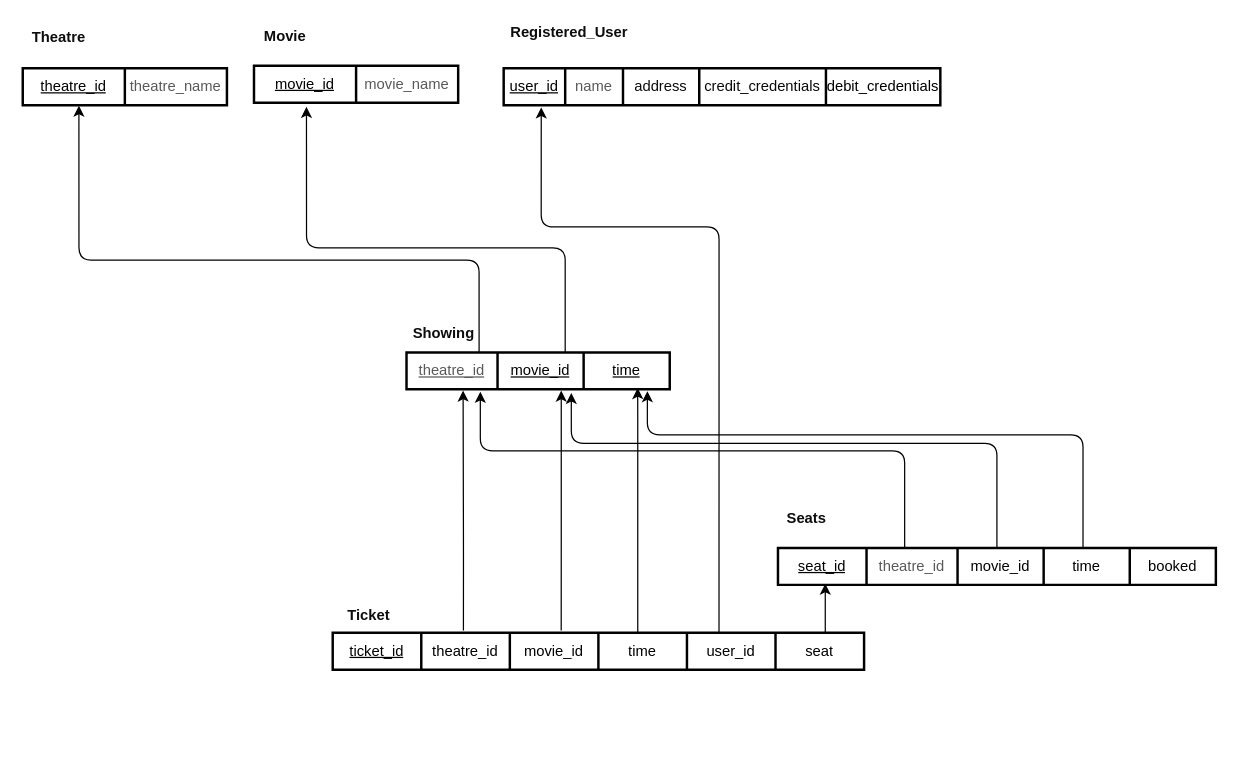
folkg/movie-ticket-reservation-app keeps this draw.io diagram as DesignDocuments/Diagrams/DatabaseDiagrams/Relational_Diagram_Theatre_Database.drawio. Above is the earlier version. Source tidied: cells renumbered, new cells numbered last; positions are measured from the earlier drawing's top-left corner, leaving out a move shared by most shapes. Both pictures are drawn from the tidied source at 123%, with x=0, y=0 at pixel (21, 21).
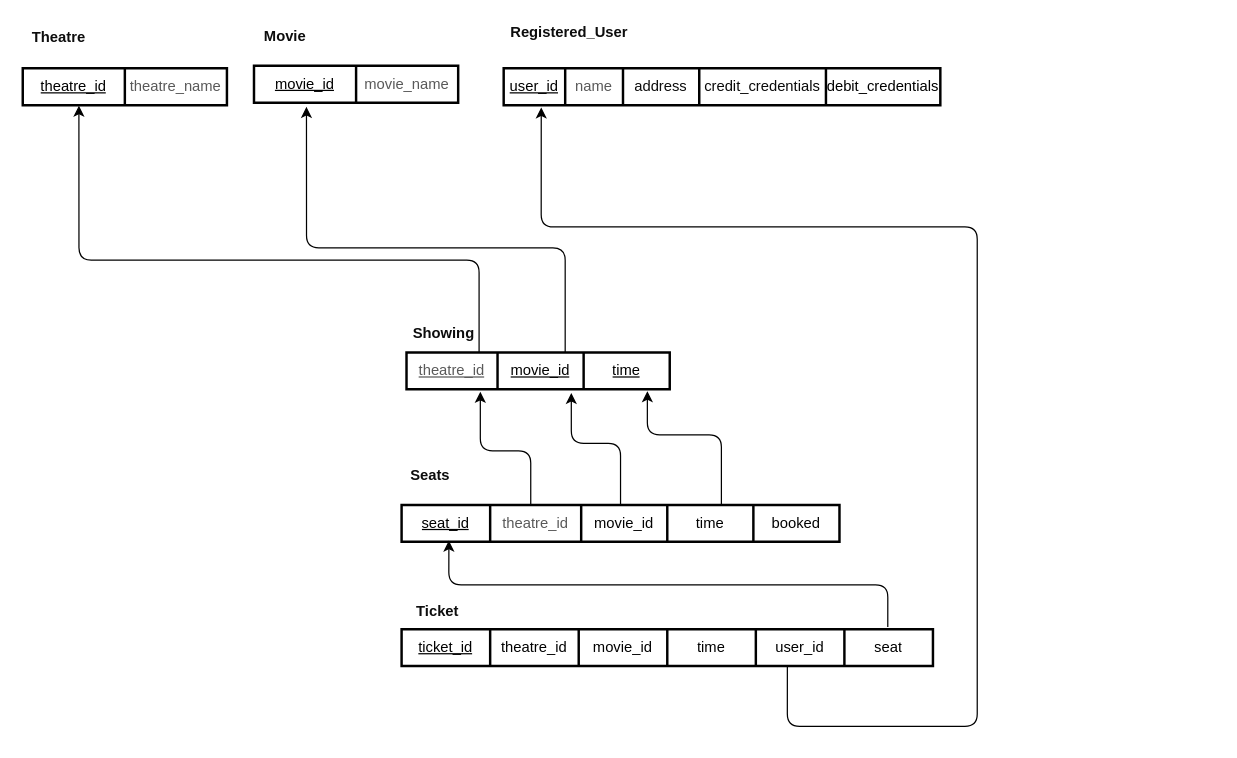
The same page after the edit.

Commit message (it also covers changes not shown here):
Removing redundant connections in DB diagrams

The change refers to these unchanged cells:
```xml
<mxCell id="4" style="shape=tableRow;horizontal=0;startSize=0;swimlaneHead=0;swimlaneBody=0;top=0;left=0;bottom=0;right=0;fillColor=none;points=[[0,0.5],[1,0.5]];portConstraint=eastwest;strokeColor=#000000;strokeWidth=2;" parent="3" vertex="1">
  <mxGeometry width="214" height="30" as="geometry" />
</mxCell>
<mxCell id="10" style="shape=table;html=1;whiteSpace=wrap;startSize=0;childLayout=tableLayout;strokeColor=#000000;strokeWidth=2;fillColor=none;" parent="9" vertex="1">
  <mxGeometry y="34" width="432" height="30" as="geometry" />
</mxCell>
<mxCell id="11" style="shape=tableRow;horizontal=0;startSize=0;swimlaneHead=0;swimlaneBody=0;top=0;left=0;bottom=0;right=0;fillColor=none;points=[[0,0.5],[1,0.5]];portConstraint=eastwest;strokeColor=#000000;strokeWidth=2;" parent="10" vertex="1">
  <mxGeometry width="432" height="30" as="geometry" />
</mxCell>
<mxCell id="38" style="shape=tableRow;horizontal=0;startSize=0;swimlaneHead=0;swimlaneBody=0;top=0;left=0;bottom=0;right=0;fillColor=none;points=[[0,0.5],[1,0.5]];portConstraint=eastwest;strokeColor=#000000;strokeWidth=2;" parent="37" vertex="1">
  <mxGeometry width="355" height="30" as="geometry" />
</mxCell>
<mxCell id="48" style="shape=table;html=1;whiteSpace=wrap;startSize=0;childLayout=tableLayout;strokeColor=#000000;strokeWidth=2;fillColor=none;fontStyle=0;" parent="45" vertex="1">
  <mxGeometry y="33" width="356" height="30" as="geometry" />
</mxCell>
<mxCell id="49" style="shape=tableRow;horizontal=0;startSize=0;swimlaneHead=0;swimlaneBody=0;top=0;left=0;bottom=0;right=0;fillColor=none;points=[[0,0.5],[1,0.5]];portConstraint=eastwest;strokeColor=#000000;strokeWidth=2;fontStyle=0;" parent="48" vertex="1">
  <mxGeometry width="356" height="30" as="geometry" />
</mxCell>
```

Change to the diagram source:
```diff
@@
     <mxCell id="9" style="group;" parent="1" vertex="1">
-      <mxGeometry x="253" y="463" width="72" height="64" as="geometry" />
+      <mxGeometry x="309" y="460" width="72" height="64" as="geometry" />
     </mxCell>
@@
-    <mxCell id="33" style="edgeStyle=orthogonalEdgeStyle;html=1;fontColor=#000000;strokeColor=#000000;exitX=0.246;exitY=-0.063;exitDx=0;exitDy=0;exitPerimeter=0;" parent="1" edge="1" source="11">
-      <mxGeometry relative="1" as="geometry">
-        <mxPoint x="359" y="300" as="targetPoint" />
-        <Array as="points">
-          <mxPoint x="359" y="427" />
-          <mxPoint x="359" y="427" />
-        </Array>
-      </mxGeometry>
-    </mxCell>
-    <mxCell id="34" style="edgeStyle=orthogonalEdgeStyle;html=1;entryX=0.653;entryY=1.032;entryDx=0;entryDy=0;entryPerimeter=0;fontColor=#000000;strokeColor=#000000;exitX=0.43;exitY=-0.063;exitDx=0;exitDy=0;exitPerimeter=0;" parent="1" edge="1" source="11">
-      <mxGeometry relative="1" as="geometry">
-        <mxPoint x="438.8" y="300" as="targetPoint" />
-        <Array as="points">
-          <mxPoint x="439" y="433" />
-          <mxPoint x="439" y="433" />
-        </Array>
-      </mxGeometry>
-    </mxCell>
-    <mxCell id="35" style="edgeStyle=orthogonalEdgeStyle;html=1;entryX=0.878;entryY=0.965;entryDx=0;entryDy=0;entryPerimeter=0;fontColor=#000000;strokeColor=#000000;" parent="1" edge="1" source="10" target="4">
-      <mxGeometry relative="1" as="geometry">
-        <Array as="points">
-          <mxPoint x="501" y="315" />
-          <mxPoint x="501" y="315" />
-        </Array>
-      </mxGeometry>
-    </mxCell>
-    <mxCell id="36" style="edgeStyle=orthogonalEdgeStyle;html=1;entryX=0.086;entryY=1.06;entryDx=0;entryDy=0;entryPerimeter=0;fontColor=#030000;strokeColor=#000000;exitX=0.727;exitY=0.028;exitDx=0;exitDy=0;exitPerimeter=0;" parent="1" edge="1" source="11" target="38">
+    <mxCell id="36" style="edgeStyle=orthogonalEdgeStyle;html=1;entryX=0.086;entryY=1.06;entryDx=0;entryDy=0;entryPerimeter=0;fontColor=#030000;strokeColor=#000000;exitX=0.726;exitY=1.009;exitDx=0;exitDy=0;exitPerimeter=0;" parent="1" edge="1" source="11" target="38">
       <mxGeometry relative="1" as="geometry">
         <Array as="points">
-          <mxPoint x="567" y="167" />
+          <mxPoint x="623" y="573" />
+          <mxPoint x="777" y="573" />
+          <mxPoint x="777" y="167" />
           <mxPoint x="423" y="167" />
         </Array>
       </mxGeometry>
     </mxCell>
@@
     <mxCell id="45" style="group;" parent="1" vertex="1">
-      <mxGeometry x="615" y="395" width="286" height="63" as="geometry" />
+      <mxGeometry x="309" y="360" width="286" height="63" as="geometry" />
     </mxCell>
@@
-    <mxCell id="55" style="edgeStyle=orthogonalEdgeStyle;html=1;entryX=0.108;entryY=0.967;entryDx=0;entryDy=0;entryPerimeter=0;fontColor=#030303;strokeColor=#000000;" parent="1" edge="1" source="10" target="49">
+    <mxCell id="55" style="edgeStyle=orthogonalEdgeStyle;html=1;entryX=0.108;entryY=0.967;entryDx=0;entryDy=0;entryPerimeter=0;fontColor=#030303;strokeColor=#000000;exitX=0.915;exitY=-0.055;exitDx=0;exitDy=0;exitPerimeter=0;" parent="1" edge="1" source="11" target="49">
       <mxGeometry relative="1" as="geometry">
         <Array as="points">
-          <mxPoint x="653" y="497" />
-          <mxPoint x="653" y="497" />
+          <mxPoint x="704" y="458" />
+          <mxPoint x="347" y="458" />
         </Array>
       </mxGeometry>
     </mxCell>
     <mxCell id="56" style="edgeStyle=orthogonalEdgeStyle;html=1;fontColor=#030303;strokeColor=#000000;" parent="1" edge="1" source="48">
       <mxGeometry relative="1" as="geometry">
         <mxPoint x="373" y="301" as="targetPoint" />
         <Array as="points">
-          <mxPoint x="718" y="349" />
+          <mxPoint x="414" y="349" />
           <mxPoint x="373" y="349" />
-          <mxPoint x="373" y="301" />
         </Array>
       </mxGeometry>
     </mxCell>
     <mxCell id="57" style="edgeStyle=orthogonalEdgeStyle;html=1;fontColor=#030303;strokeColor=#000000;entryX=0.626;entryY=1.1;entryDx=0;entryDy=0;entryPerimeter=0;" parent="1" edge="1" source="48" target="4">
       <mxGeometry relative="1" as="geometry">
         <Array as="points">
-          <mxPoint x="793" y="343" />
+          <mxPoint x="487" y="343" />
           <mxPoint x="447" y="343" />
         </Array>
       </mxGeometry>
     </mxCell>
     <mxCell id="58" style="edgeStyle=orthogonalEdgeStyle;html=1;fontColor=#030303;strokeColor=#000000;entryX=0.915;entryY=1.05;entryDx=0;entryDy=0;entryPerimeter=0;" parent="1" edge="1" source="48" target="4">
       <mxGeometry relative="1" as="geometry">
         <Array as="points">
-          <mxPoint x="863" y="336" />
+          <mxPoint x="569" y="336" />
           <mxPoint x="509" y="336" />
         </Array>
       </mxGeometry>
     </mxCell>
```
